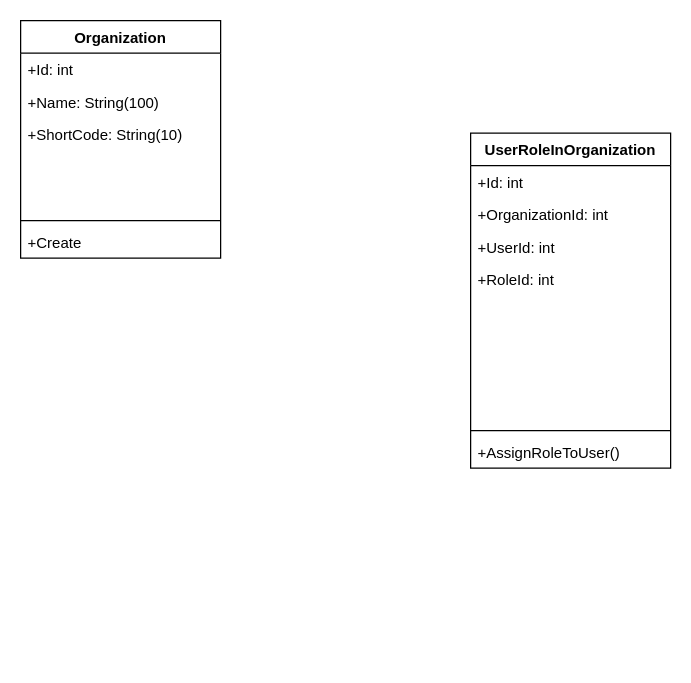
Above: Organization.drawio in hkdotneteam/hkdotnet.Framework (draw.io), before the change. Source tidied: cells renumbered, new cells numbered last; positions are measured from the earlier drawing's top-left corner, leaving out a move shared by most shapes. Both pictures are drawn from the tidied source at 125%, with x=0, y=0 at pixel (20, 20).
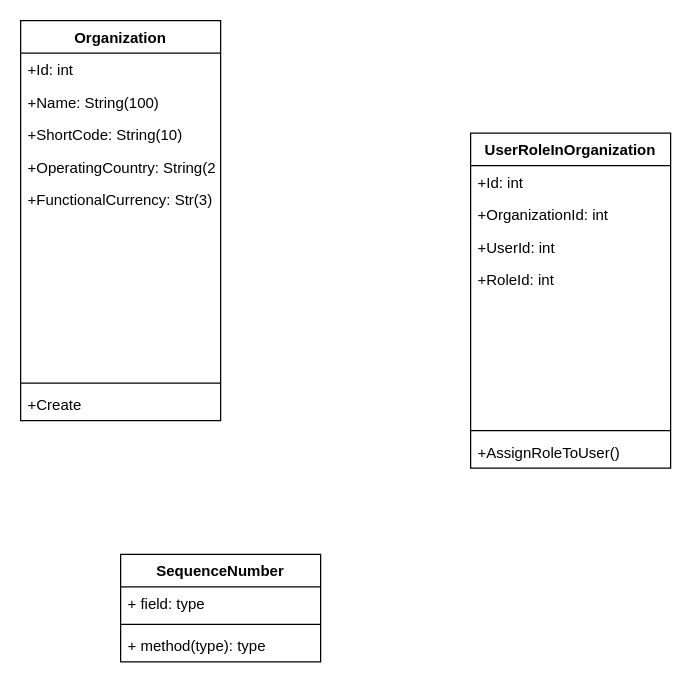
The same page after the edit.

Diff of the diagram source:
```diff
@@
     <mxCell id="2" value="Organization" style="swimlane;fontStyle=1;align=center;verticalAlign=top;horizontal=1;startSize=26;" parent="1" vertex="1">
-      <mxGeometry width="160" height="190" as="geometry" />
+      <mxGeometry width="160" height="320" as="geometry" />
     </mxCell>
@@
-    <mxCell id="6" style="text;strokeColor=none;fillColor=none;align=left;verticalAlign=top;spacingLeft=4;spacingRight=4;overflow=hidden;" parent="2" vertex="1">
+    <mxCell id="6" value="+OperatingCountry: String(2)" style="text;strokeColor=none;fillColor=none;align=left;verticalAlign=top;spacingLeft=4;spacingRight=4;overflow=hidden;" parent="2" vertex="1">
       <mxGeometry y="104" width="160" height="26" as="geometry" />
     </mxCell>
-    <mxCell id="7" style="text;strokeColor=none;fillColor=none;align=left;verticalAlign=top;spacingLeft=4;spacingRight=4;overflow=hidden;" parent="2" vertex="1">
+    <mxCell id="7" value="+FunctionalCurrency: Str(3)" style="text;strokeColor=none;fillColor=none;align=left;verticalAlign=top;spacingLeft=4;spacingRight=4;overflow=hidden;" parent="2" vertex="1">
       <mxGeometry y="130" width="160" height="26" as="geometry" />
     </mxCell>
+    <mxCell id="21" style="text;strokeColor=none;fillColor=none;align=left;verticalAlign=top;spacingLeft=4;spacingRight=4;overflow=hidden;" parent="2" vertex="1">
+      <mxGeometry y="156" width="160" height="26" as="geometry" />
+    </mxCell>
+    <mxCell id="22" style="text;strokeColor=none;fillColor=none;align=left;verticalAlign=top;spacingLeft=4;spacingRight=4;overflow=hidden;" parent="2" vertex="1">
+      <mxGeometry y="182" width="160" height="26" as="geometry" />
+    </mxCell>
+    <mxCell id="23" style="text;strokeColor=none;fillColor=none;align=left;verticalAlign=top;spacingLeft=4;spacingRight=4;overflow=hidden;" parent="2" vertex="1">
+      <mxGeometry y="208" width="160" height="26" as="geometry" />
+    </mxCell>
+    <mxCell id="24" style="text;strokeColor=none;fillColor=none;align=left;verticalAlign=top;spacingLeft=4;spacingRight=4;overflow=hidden;" parent="2" vertex="1">
+      <mxGeometry y="234" width="160" height="26" as="geometry" />
+    </mxCell>
+    <mxCell id="25" style="text;strokeColor=none;fillColor=none;align=left;verticalAlign=top;spacingLeft=4;spacingRight=4;overflow=hidden;" parent="2" vertex="1">
+      <mxGeometry y="260" width="160" height="26" as="geometry" />
+    </mxCell>
     <mxCell id="8" style="line;strokeWidth=1;fillColor=none;align=left;verticalAlign=middle;spacingTop=-1;spacingLeft=3;spacingRight=3;labelPosition=right;" parent="2" vertex="1">
-      <mxGeometry y="156" width="160" height="8" as="geometry" />
+      <mxGeometry y="286" width="160" height="8" as="geometry" />
     </mxCell>
     <mxCell id="9" value="+Create" style="text;strokeColor=none;fillColor=none;align=left;verticalAlign=top;spacingLeft=4;spacingRight=4;overflow=hidden;" parent="2" vertex="1">
-      <mxGeometry y="164" width="160" height="26" as="geometry" />
+      <mxGeometry y="294" width="160" height="26" as="geometry" />
     </mxCell>
@@
+    <mxCell id="26" value="SequenceNumber" style="swimlane;fontStyle=1;align=center;verticalAlign=top;horizontal=1;startSize=26;" parent="1" vertex="1">
+      <mxGeometry x="80" y="427" width="160" height="86" as="geometry" />
+    </mxCell>
+    <mxCell id="27" value="+ field: type" style="text;strokeColor=none;fillColor=none;align=left;verticalAlign=top;spacingLeft=4;spacingRight=4;overflow=hidden;" parent="26" vertex="1">
+      <mxGeometry y="26" width="160" height="26" as="geometry" />
+    </mxCell>
+    <mxCell id="28" style="line;strokeWidth=1;fillColor=none;align=left;verticalAlign=middle;spacingTop=-1;spacingLeft=3;spacingRight=3;labelPosition=right;" parent="26" vertex="1">
+      <mxGeometry y="52" width="160" height="8" as="geometry" />
+    </mxCell>
+    <mxCell id="29" value="+ method(type): type" style="text;strokeColor=none;fillColor=none;align=left;verticalAlign=top;spacingLeft=4;spacingRight=4;overflow=hidden;" parent="26" vertex="1">
+      <mxGeometry y="60" width="160" height="26" as="geometry" />
+    </mxCell>
```
